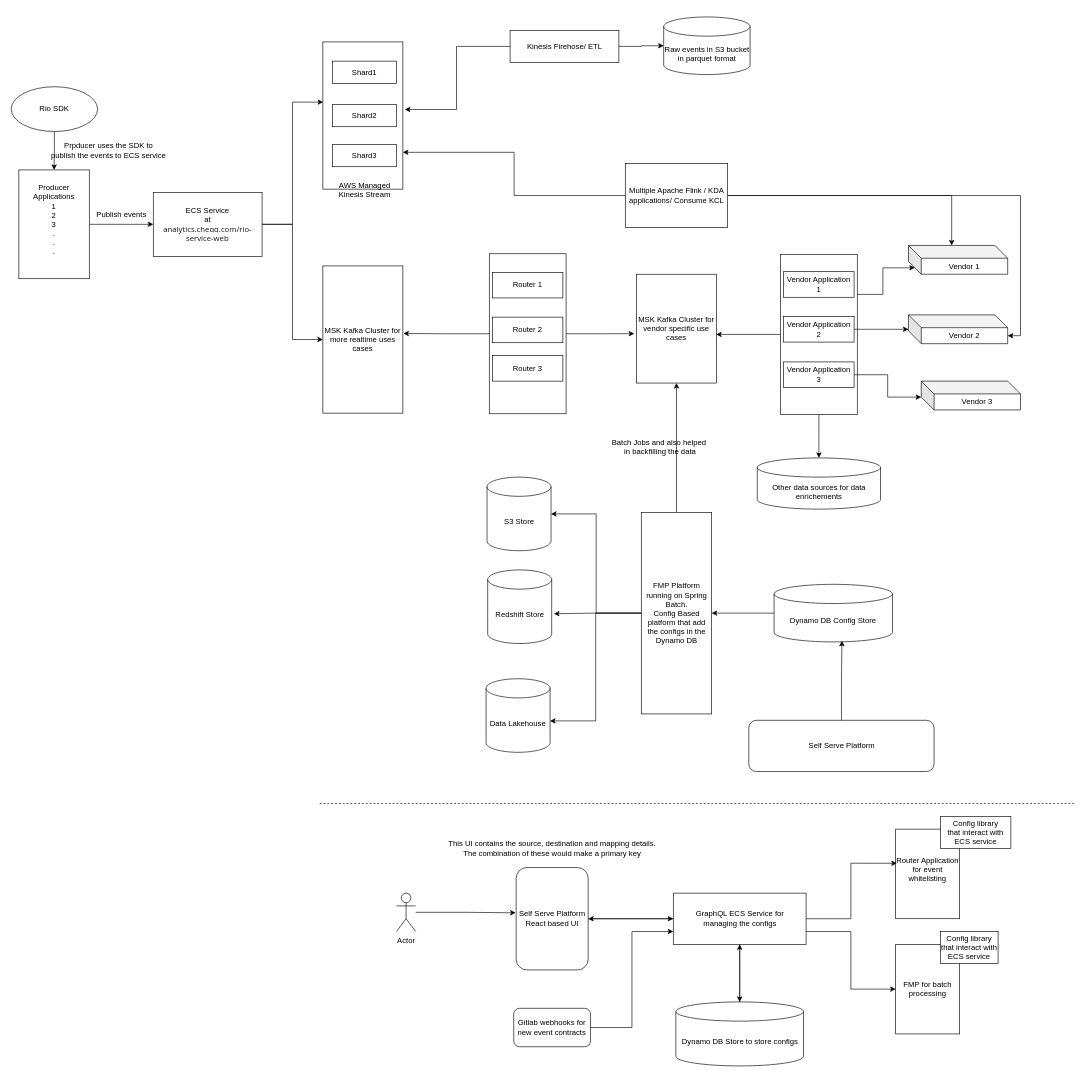
anshul1790/system-design-playground keeps this draw.io diagram as WebsiteActivityTrackingSystem.drawio. Above is the earlier version. Source tidied: cells renumbered, new cells numbered last; positions are measured from the earlier drawing's top-left corner, leaving out a move shared by most shapes. Both pictures are drawn from the tidied source at 64%, with x=0, y=0 at pixel (11, 17).
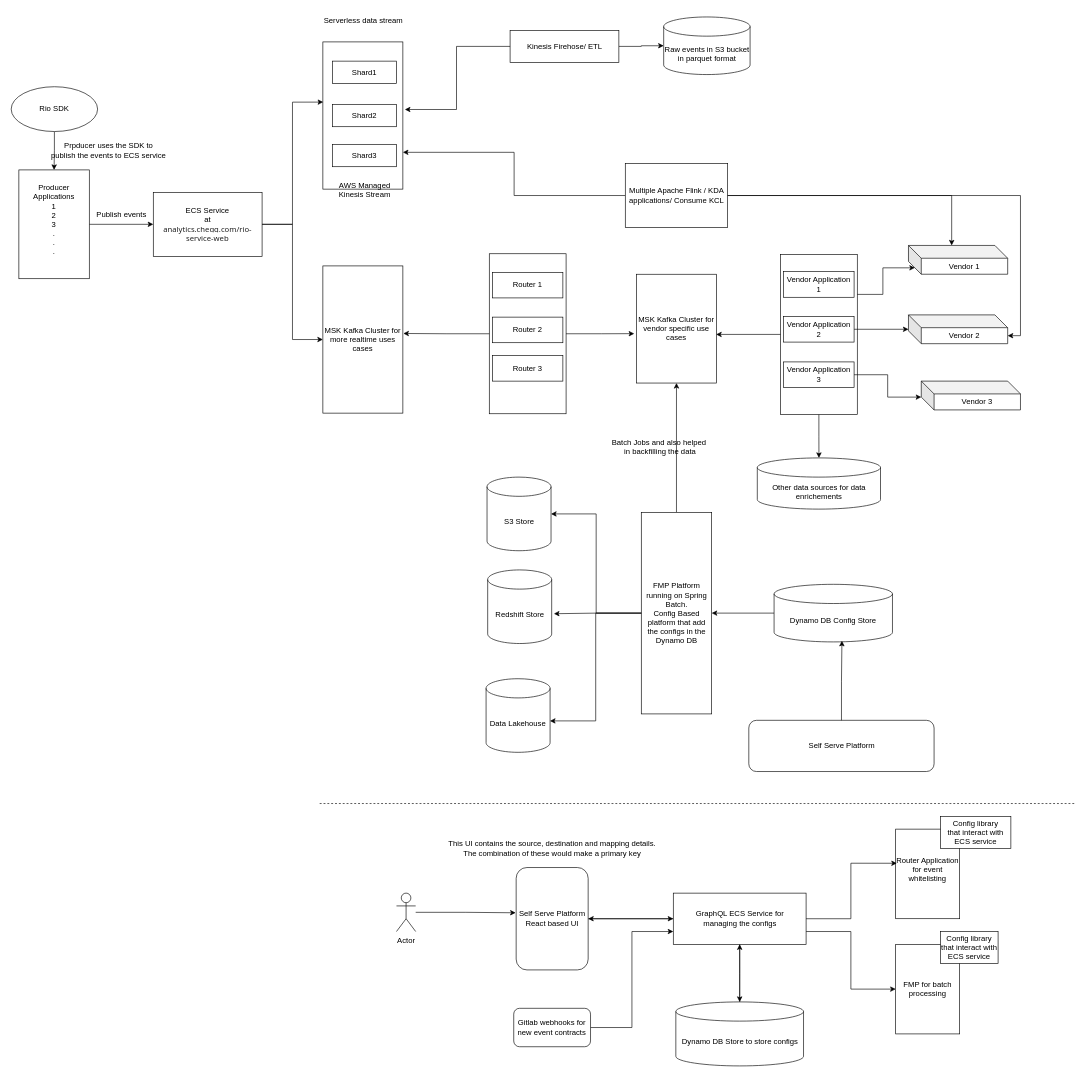
After the change.

Change to the diagram source:
```diff
@@
+    <mxCell id="77" value="Serverless data stream" style="text;html=1;align=center;verticalAlign=middle;strokeColor=none;fillColor=none;" parent="1" vertex="1">
+      <mxGeometry x="474.5" y="-9" width="150" height="30" as="geometry" />
+    </mxCell>
```
